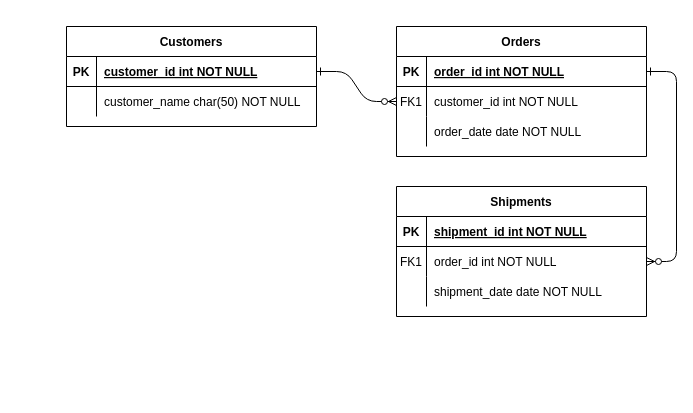
Before: 未命名绘图.drawio in Kurt-Leong/test-repo, a draw.io diagram. Source tidied: cells renumbered, new cells numbered last; positions are measured from the earlier drawing's top-left corner, leaving out a move shared by most shapes. Both pictures are drawn from the tidied source at 100%, with x=0, y=0 at pixel (66, 26).
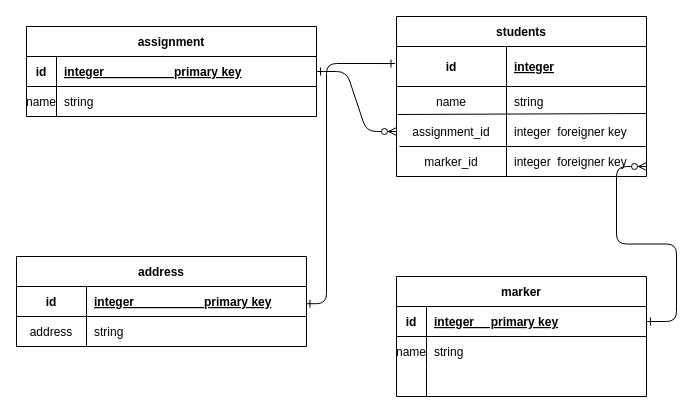
The same page after the edit.

The change refers to these unchanged cells:
```xml
<mxCell id="15" style="shape=partialRectangle;fillColor=none;points=[[0,0.5],[1,0.5]];portConstraint=eastwest;top=0;left=0;right=0;bottom=1;" parent="14" vertex="1">
  <mxGeometry y="30" width="250" height="30" as="geometry" />
</mxCell>
<mxCell id="18" style="shape=partialRectangle;fillColor=none;points=[[0,0.5],[1,0.5]];portConstraint=eastwest;top=0;left=0;right=0;bottom=0;" parent="14" vertex="1">
  <mxGeometry y="60" width="250" height="30" as="geometry" />
</mxCell>
<mxCell id="21" style="shape=partialRectangle;fillColor=none;top=0;left=0;right=0;bottom=0;" parent="14" vertex="1">
  <mxGeometry y="90" width="250" height="30" as="geometry" />
</mxCell>
```

The edit, as a diff of the source:
```diff
@@
-    <mxCell id="2" style="edgeStyle=entityRelationEdgeStyle;endArrow=ERzeroToMany;startArrow=ERone;endFill=1;startFill=0;" parent="1" edge="1" source="25" target="8">
+    <mxCell id="2" style="edgeStyle=entityRelationEdgeStyle;endArrow=ERzeroToMany;startArrow=ERone;endFill=1;startFill=0;entryX=0;entryY=0.5;entryDx=0;entryDy=0;" parent="1" edge="1" source="25" target="11">
       <mxGeometry relative="1" as="geometry" />
     </mxCell>
-    <mxCell id="3" style="edgeStyle=entityRelationEdgeStyle;endArrow=ERzeroToMany;startArrow=ERone;endFill=1;startFill=0;" parent="1" edge="1" source="5" target="18">
-      <mxGeometry relative="1" as="geometry" />
+    <mxCell id="3" style="edgeStyle=entityRelationEdgeStyle;endArrow=ERzeroToMany;startArrow=ERone;endFill=1;startFill=0;exitX=1;exitY=0.5;exitDx=0;exitDy=0;" parent="1" edge="1" source="15">
+      <mxGeometry relative="1" as="geometry">
+        <mxPoint x="580" y="140" as="targetPoint" />
+      </mxGeometry>
     </mxCell>
-    <mxCell id="4" value="Orders" style="shape=table;startSize=30;childLayout=tableLayout;rowLines=0;fontStyle=1;align=center;" parent="1" vertex="1">
-      <mxGeometry x="330" width="250" height="130" as="geometry" />
+    <mxCell id="4" value="students" style="shape=table;startSize=30;childLayout=tableLayout;rowLines=0;fontStyle=1;align=center;" parent="1" vertex="1">
+      <mxGeometry x="330" y="-10" width="250" height="160" as="geometry" />
     </mxCell>
     <mxCell id="5" style="shape=partialRectangle;fillColor=none;points=[[0,0.5],[1,0.5]];portConstraint=eastwest;top=0;left=0;right=0;bottom=1;" parent="4" vertex="1">
-      <mxGeometry y="30" width="250" height="30" as="geometry" />
+      <mxGeometry y="30" width="250" height="40" as="geometry" />
     </mxCell>
-    <mxCell id="6" value="PK" style="shape=partialRectangle;overflow=hidden;fillColor=none;top=0;left=0;bottom=0;right=0;fontStyle=1;" parent="5" vertex="1">
-      <mxGeometry width="30" height="30" as="geometry" />
+    <mxCell id="6" value="id" style="shape=partialRectangle;overflow=hidden;fillColor=none;top=0;left=0;bottom=0;right=0;fontStyle=1;" parent="5" vertex="1">
+      <mxGeometry width="110" height="40" as="geometry" />
     </mxCell>
-    <mxCell id="7" value="order_id int NOT NULL " style="shape=partialRectangle;overflow=hidden;fillColor=none;top=0;left=0;bottom=0;right=0;align=left;spacingLeft=6;fontStyle=5;" parent="5" vertex="1">
-      <mxGeometry x="30" width="220" height="30" as="geometry" />
+    <mxCell id="7" value="integer" style="shape=partialRectangle;overflow=hidden;fillColor=none;top=0;left=0;bottom=0;right=0;align=left;spacingLeft=6;fontStyle=5;" parent="5" vertex="1">
+      <mxGeometry x="110" width="140" height="40" as="geometry" />
     </mxCell>
     <mxCell id="8" style="shape=partialRectangle;fillColor=none;points=[[0,0.5],[1,0.5]];portConstraint=eastwest;top=0;left=0;right=0;bottom=0;" parent="4" vertex="1">
-      <mxGeometry y="60" width="250" height="30" as="geometry" />
+      <mxGeometry y="70" width="250" height="30" as="geometry" />
     </mxCell>
-    <mxCell id="9" value="FK1" style="shape=partialRectangle;overflow=hidden;fillColor=none;top=0;left=0;bottom=0;right=0;" parent="8" vertex="1">
-      <mxGeometry width="30" height="30" as="geometry" />
+    <mxCell id="9" value="name" style="shape=partialRectangle;overflow=hidden;fillColor=none;top=0;left=0;bottom=0;right=0;" parent="8" vertex="1">
+      <mxGeometry width="110" height="30" as="geometry" />
     </mxCell>
-    <mxCell id="10" value="customer_id int NOT NULL" style="shape=partialRectangle;overflow=hidden;fillColor=none;top=0;left=0;bottom=0;right=0;align=left;spacingLeft=6;" parent="8" vertex="1">
-      <mxGeometry x="30" width="220" height="30" as="geometry" />
+    <mxCell id="10" value="string" style="shape=partialRectangle;overflow=hidden;fillColor=none;top=0;left=0;bottom=0;right=0;align=left;spacingLeft=6;" parent="8" vertex="1">
+      <mxGeometry x="110" width="140" height="30" as="geometry" />
     </mxCell>
     <mxCell id="11" style="shape=partialRectangle;fillColor=none;points=[[0,0.5],[1,0.5]];portConstraint=eastwest;top=0;left=0;right=0;bottom=0;" parent="4" vertex="1">
-      <mxGeometry y="90" width="250" height="30" as="geometry" />
+      <mxGeometry y="100" width="250" height="30" as="geometry" />
     </mxCell>
-    <mxCell id="12" style="shape=partialRectangle;overflow=hidden;fillColor=none;top=0;left=0;bottom=0;right=0;" parent="11" vertex="1">
-      <mxGeometry width="30" height="30" as="geometry" />
+    <mxCell id="12" value="assignment_id" style="shape=partialRectangle;overflow=hidden;fillColor=none;top=0;left=0;bottom=0;right=0;" parent="11" vertex="1">
+      <mxGeometry width="110" height="30" as="geometry" />
     </mxCell>
-    <mxCell id="13" value="order_date date NOT NULL" style="shape=partialRectangle;overflow=hidden;fillColor=none;top=0;left=0;bottom=0;right=0;align=left;spacingLeft=6;" parent="11" vertex="1">
-      <mxGeometry x="30" width="220" height="30" as="geometry" />
+    <mxCell id="13" value="integer  foreigner key" style="shape=partialRectangle;overflow=hidden;fillColor=none;top=0;left=0;bottom=0;right=0;align=left;spacingLeft=6;" parent="11" vertex="1">
+      <mxGeometry x="110" width="140" height="30" as="geometry" />
     </mxCell>
+    <mxCell id="31" style="endArrow=none;html=1;rounded=0;entryX=1;entryY=-0.1;entryDx=0;entryDy=0;entryPerimeter=0;exitX=0.004;exitY=0.933;exitDx=0;exitDy=0;exitPerimeter=0;" parent="4" edge="1" source="8" target="11">
+      <mxGeometry relative="1" as="geometry" />
+    </mxCell>
+    <mxCell id="32" style="endArrow=none;html=1;rounded=0;exitX=0.012;exitY=1;exitDx=0;exitDy=0;exitPerimeter=0;" parent="4" edge="1" source="11">
+      <mxGeometry relative="1" as="geometry">
+        <mxPoint x="250" y="130" as="targetPoint" />
+      </mxGeometry>
+    </mxCell>
-    <mxCell id="14" value="Shipments" style="shape=table;startSize=30;childLayout=tableLayout;rowLines=0;fontStyle=1;align=center;" parent="1" vertex="1">
-      <mxGeometry x="330" y="160" width="250" height="130" as="geometry" />
+    <mxCell id="14" value="marker" style="shape=table;startSize=30;childLayout=tableLayout;rowLines=0;fontStyle=1;align=center;" parent="1" vertex="1">
+      <mxGeometry x="330" y="250" width="250" height="120" as="geometry" />
     </mxCell>
@@
-    <mxCell id="16" value="PK" style="shape=partialRectangle;overflow=hidden;fillColor=none;top=0;left=0;bottom=0;right=0;fontStyle=1;" parent="15" vertex="1">
+    <mxCell id="16" value="id" style="shape=partialRectangle;overflow=hidden;fillColor=none;top=0;left=0;bottom=0;right=0;fontStyle=1;" parent="15" vertex="1">
       <mxGeometry width="30" height="30" as="geometry" />
     </mxCell>
-    <mxCell id="17" value="shipment_id int NOT NULL " style="shape=partialRectangle;overflow=hidden;fillColor=none;top=0;left=0;bottom=0;right=0;align=left;spacingLeft=6;fontStyle=5;" parent="15" vertex="1">
+    <mxCell id="17" value="integer     primary key" style="shape=partialRectangle;overflow=hidden;fillColor=none;top=0;left=0;bottom=0;right=0;align=left;spacingLeft=6;fontStyle=5;" parent="15" vertex="1">
       <mxGeometry x="30" width="220" height="30" as="geometry" />
     </mxCell>
@@
-    <mxCell id="19" value="FK1" style="shape=partialRectangle;overflow=hidden;fillColor=none;top=0;left=0;bottom=0;right=0;" parent="18" vertex="1">
+    <mxCell id="19" value="name" style="shape=partialRectangle;overflow=hidden;fillColor=none;top=0;left=0;bottom=0;right=0;" parent="18" vertex="1">
       <mxGeometry width="30" height="30" as="geometry" />
     </mxCell>
-    <mxCell id="20" value="order_id int NOT NULL" style="shape=partialRectangle;overflow=hidden;fillColor=none;top=0;left=0;bottom=0;right=0;align=left;spacingLeft=6;" parent="18" vertex="1">
+    <mxCell id="20" value="string" style="shape=partialRectangle;overflow=hidden;fillColor=none;top=0;left=0;bottom=0;right=0;align=left;spacingLeft=6;" parent="18" vertex="1">
       <mxGeometry x="30" width="220" height="30" as="geometry" />
     </mxCell>
@@
-    <mxCell id="23" value="shipment_date date NOT NULL" style="shape=partialRectangle;overflow=hidden;fillColor=none;top=0;left=0;bottom=0;right=0;align=left;spacingLeft=6;" parent="21" vertex="1">
+    <mxCell id="23" style="shape=partialRectangle;overflow=hidden;fillColor=none;top=0;left=0;bottom=0;right=0;align=left;spacingLeft=6;" parent="21" vertex="1">
       <mxGeometry x="30" width="220" height="30" as="geometry" />
     </mxCell>
-    <mxCell id="24" value="Customers" style="shape=table;startSize=30;childLayout=tableLayout;rowLines=0;fontStyle=1;align=center;" parent="1" vertex="1">
-      <mxGeometry width="250" height="100" as="geometry" />
+    <mxCell id="24" value="assignment" style="shape=table;startSize=30;childLayout=tableLayout;rowLines=0;fontStyle=1;align=center;" parent="1" vertex="1">
+      <mxGeometry x="-40" width="290" height="90" as="geometry" />
     </mxCell>
     <mxCell id="25" style="shape=partialRectangle;fillColor=none;points=[[0,0.5],[1,0.5]];portConstraint=eastwest;top=0;left=0;right=0;bottom=1;" parent="24" vertex="1">
-      <mxGeometry y="30" width="250" height="30" as="geometry" />
+      <mxGeometry y="30" width="290" height="30" as="geometry" />
     </mxCell>
-    <mxCell id="26" value="PK" style="shape=partialRectangle;overflow=hidden;fillColor=none;top=0;left=0;bottom=0;right=0;fontStyle=1;" parent="25" vertex="1">
+    <mxCell id="26" value="id" style="shape=partialRectangle;overflow=hidden;fillColor=none;top=0;left=0;bottom=0;right=0;fontStyle=1;" parent="25" vertex="1">
       <mxGeometry width="30" height="30" as="geometry" />
     </mxCell>
-    <mxCell id="27" value="customer_id int NOT NULL " style="shape=partialRectangle;overflow=hidden;fillColor=none;top=0;left=0;bottom=0;right=0;align=left;spacingLeft=6;fontStyle=5;" parent="25" vertex="1">
-      <mxGeometry x="30" width="220" height="30" as="geometry" />
+    <mxCell id="27" value="integer                     primary key" style="shape=partialRectangle;overflow=hidden;fillColor=none;top=0;left=0;bottom=0;right=0;align=left;spacingLeft=6;fontStyle=5;" parent="25" vertex="1">
+      <mxGeometry x="30" width="260" height="30" as="geometry" />
     </mxCell>
     <mxCell id="28" style="shape=partialRectangle;fillColor=none;top=0;left=0;right=0;bottom=0;" parent="24" vertex="1">
-      <mxGeometry y="60" width="250" height="30" as="geometry" />
+      <mxGeometry y="60" width="290" height="30" as="geometry" />
     </mxCell>
-    <mxCell id="29" style="shape=partialRectangle;overflow=hidden;fillColor=none;top=0;left=0;bottom=0;right=0;" parent="28" vertex="1">
+    <mxCell id="29" value="name" style="shape=partialRectangle;overflow=hidden;fillColor=none;top=0;left=0;bottom=0;right=0;" parent="28" vertex="1">
       <mxGeometry width="30" height="30" as="geometry" />
     </mxCell>
-    <mxCell id="30" value="customer_name char(50) NOT NULL" style="shape=partialRectangle;overflow=hidden;fillColor=none;top=0;left=0;bottom=0;right=0;align=left;spacingLeft=6;" parent="28" vertex="1">
-      <mxGeometry x="30" width="220" height="30" as="geometry" />
+    <mxCell id="30" value="string" style="shape=partialRectangle;overflow=hidden;fillColor=none;top=0;left=0;bottom=0;right=0;align=left;spacingLeft=6;" parent="28" vertex="1">
+      <mxGeometry x="30" width="260" height="30" as="geometry" />
     </mxCell>
+    <mxCell id="33" value="marker_id" style="shape=partialRectangle;overflow=hidden;fillColor=none;top=0;left=0;bottom=0;right=0;" parent="1" vertex="1">
+      <mxGeometry x="330" y="120" width="110" height="30" as="geometry" />
+    </mxCell>
+    <mxCell id="34" style="endArrow=none;html=1;rounded=0;" parent="1" edge="1">
+      <mxGeometry relative="1" as="geometry">
+        <mxPoint x="440" y="150" as="sourcePoint" />
+        <mxPoint x="440" y="120" as="targetPoint" />
+      </mxGeometry>
+    </mxCell>
+    <mxCell id="35" value="integer  foreigner key" style="shape=partialRectangle;overflow=hidden;fillColor=none;top=0;left=0;bottom=0;right=0;align=left;spacingLeft=6;" parent="1" vertex="1">
+      <mxGeometry x="440" y="120" width="140" height="30" as="geometry" />
+    </mxCell>
+    <mxCell id="36" value="address" style="shape=table;startSize=30;childLayout=tableLayout;rowLines=0;fontStyle=1;align=center;" parent="1" vertex="1">
+      <mxGeometry x="-50" y="230" width="290" height="90" as="geometry" />
+    </mxCell>
+    <mxCell id="37" style="shape=partialRectangle;fillColor=none;points=[[0,0.5],[1,0.5]];portConstraint=eastwest;top=0;left=0;right=0;bottom=1;" parent="36" vertex="1">
+      <mxGeometry y="30" width="290" height="30" as="geometry" />
+    </mxCell>
+    <mxCell id="38" value="id" style="shape=partialRectangle;overflow=hidden;fillColor=none;top=0;left=0;bottom=0;right=0;fontStyle=1;" parent="37" vertex="1">
+      <mxGeometry width="70" height="30" as="geometry" />
+    </mxCell>
+    <mxCell id="39" value="integer                     primary key" style="shape=partialRectangle;overflow=hidden;fillColor=none;top=0;left=0;bottom=0;right=0;align=left;spacingLeft=6;fontStyle=5;" parent="37" vertex="1">
+      <mxGeometry x="70" width="220" height="30" as="geometry" />
+    </mxCell>
+    <mxCell id="40" style="shape=partialRectangle;fillColor=none;top=0;left=0;right=0;bottom=0;" parent="36" vertex="1">
+      <mxGeometry y="60" width="290" height="30" as="geometry" />
+    </mxCell>
+    <mxCell id="41" value="address" style="shape=partialRectangle;overflow=hidden;fillColor=none;top=0;left=0;bottom=0;right=0;" parent="40" vertex="1">
+      <mxGeometry width="70" height="30" as="geometry" />
+    </mxCell>
+    <mxCell id="42" value="string" style="shape=partialRectangle;overflow=hidden;fillColor=none;top=0;left=0;bottom=0;right=0;align=left;spacingLeft=6;" parent="40" vertex="1">
+      <mxGeometry x="70" width="220" height="30" as="geometry" />
+    </mxCell>
+    <mxCell id="43" style="endArrow=ERone;startArrow=ERone;endFill=0;startFill=0;exitX=-0.006;exitY=0.426;exitDx=0;exitDy=0;exitPerimeter=0;edgeStyle=orthogonalEdgeStyle;entryX=0.998;entryY=0.573;entryDx=0;entryDy=0;entryPerimeter=0;" parent="1" edge="1" source="5" target="37">
+      <mxGeometry relative="1" as="geometry">
+        <Array as="points">
+          <mxPoint x="260" y="37" />
+          <mxPoint x="260" y="277" />
+        </Array>
+      </mxGeometry>
+    </mxCell>
```
